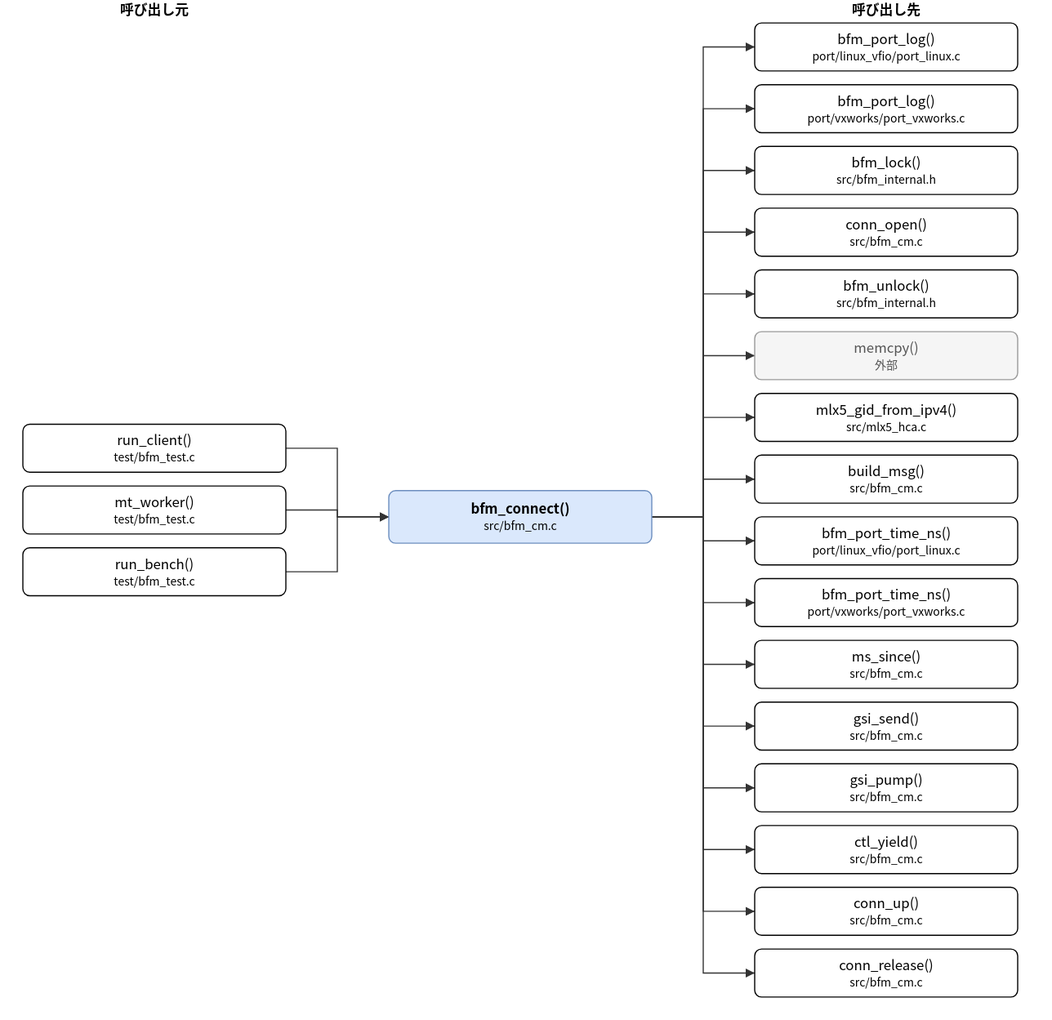
Earlier version of the draw.io export doc/spec/images/call_src_bfm_cm-bfm_connect.drawio.svg (hf355051012-ai/bfmem). Source tidied: cells renumbered, new cells last; positions are measured from the earlier drawing's top-left corner, leaving out a move shared by most shapes.
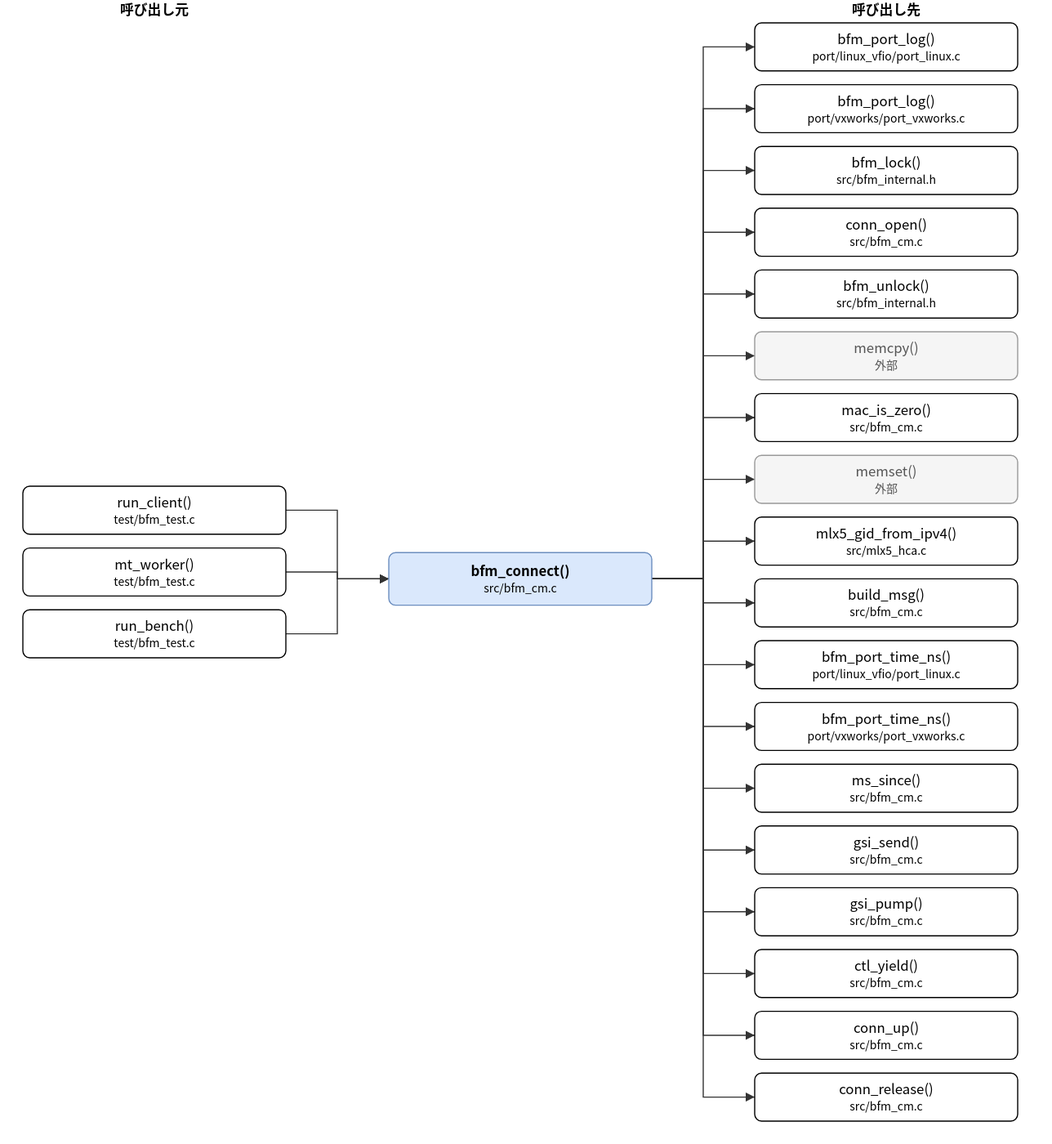
After the commit.

Change to the diagram source:
```diff
@@ -3,16 +3,16 @@
     <mxCell id="0" />
     <mxCell id="1" parent="0" />
     <mxCell id="2" value="bfm_connect()&lt;br&gt;&lt;font style=&quot;font-size:10px&quot;&gt;src/bfm_cm.c&lt;/font&gt;" style="rounded=1;whiteSpace=wrap;html=1;fillColor=#dae8fc;strokeColor=#6c8ebf;fontStyle=1;" parent="1" vertex="1">
-      <mxGeometry x="320" y="429" width="230" height="46" as="geometry" />
+      <mxGeometry x="320" y="483" width="230" height="46" as="geometry" />
     </mxCell>
     <mxCell id="3" value="run_client()&lt;br&gt;&lt;font style=&quot;font-size:10px&quot;&gt;test/bfm_test.c&lt;/font&gt;" style="rounded=1;whiteSpace=wrap;html=1;" parent="1" vertex="1">
-      <mxGeometry y="371" width="230" height="42" as="geometry" />
+      <mxGeometry y="425" width="230" height="42" as="geometry" />
     </mxCell>
     <mxCell id="4" value="mt_worker()&lt;br&gt;&lt;font style=&quot;font-size:10px&quot;&gt;test/bfm_test.c&lt;/font&gt;" style="rounded=1;whiteSpace=wrap;html=1;" parent="1" vertex="1">
-      <mxGeometry y="425" width="230" height="42" as="geometry" />
+      <mxGeometry y="479" width="230" height="42" as="geometry" />
     </mxCell>
     <mxCell id="5" value="run_bench()&lt;br&gt;&lt;font style=&quot;font-size:10px&quot;&gt;test/bfm_test.c&lt;/font&gt;" style="rounded=1;whiteSpace=wrap;html=1;" parent="1" vertex="1">
-      <mxGeometry y="479" width="230" height="42" as="geometry" />
+      <mxGeometry y="533" width="230" height="42" as="geometry" />
     </mxCell>
     <mxCell id="6" value="bfm_port_log()&lt;br&gt;&lt;font style=&quot;font-size:10px&quot;&gt;port/linux_vfio/port_linux.c&lt;/font&gt;" style="rounded=1;whiteSpace=wrap;html=1;" parent="1" vertex="1">
       <mxGeometry x="640" y="20" width="230" height="42" as="geometry" />
@@ -32,64 +32,70 @@
     <mxCell id="11" value="memcpy()&lt;br&gt;&lt;font style=&quot;font-size:10px&quot;&gt;外部&lt;/font&gt;" style="rounded=1;whiteSpace=wrap;html=1;fillColor=#f5f5f5;strokeColor=#999999;fontColor=#555555;" parent="1" vertex="1">
       <mxGeometry x="640" y="290" width="230" height="42" as="geometry" />
     </mxCell>
-    <mxCell id="12" value="mlx5_gid_from_ipv4()&lt;br&gt;&lt;font style=&quot;font-size:10px&quot;&gt;src/mlx5_hca.c&lt;/font&gt;" style="rounded=1;whiteSpace=wrap;html=1;" parent="1" vertex="1">
+    <mxCell id="12" value="mac_is_zero()&lt;br&gt;&lt;font style=&quot;font-size:10px&quot;&gt;src/bfm_cm.c&lt;/font&gt;" style="rounded=1;whiteSpace=wrap;html=1;" parent="1" vertex="1">
       <mxGeometry x="640" y="344" width="230" height="42" as="geometry" />
     </mxCell>
-    <mxCell id="13" value="build_msg()&lt;br&gt;&lt;font style=&quot;font-size:10px&quot;&gt;src/bfm_cm.c&lt;/font&gt;" style="rounded=1;whiteSpace=wrap;html=1;" parent="1" vertex="1">
+    <mxCell id="13" value="memset()&lt;br&gt;&lt;font style=&quot;font-size:10px&quot;&gt;外部&lt;/font&gt;" style="rounded=1;whiteSpace=wrap;html=1;fillColor=#f5f5f5;strokeColor=#999999;fontColor=#555555;" parent="1" vertex="1">
       <mxGeometry x="640" y="398" width="230" height="42" as="geometry" />
     </mxCell>
-    <mxCell id="14" value="bfm_port_time_ns()&lt;br&gt;&lt;font style=&quot;font-size:10px&quot;&gt;port/linux_vfio/port_linux.c&lt;/font&gt;" style="rounded=1;whiteSpace=wrap;html=1;" parent="1" vertex="1">
+    <mxCell id="14" value="mlx5_gid_from_ipv4()&lt;br&gt;&lt;font style=&quot;font-size:10px&quot;&gt;src/mlx5_hca.c&lt;/font&gt;" style="rounded=1;whiteSpace=wrap;html=1;" parent="1" vertex="1">
       <mxGeometry x="640" y="452" width="230" height="42" as="geometry" />
     </mxCell>
-    <mxCell id="15" value="bfm_port_time_ns()&lt;br&gt;&lt;font style=&quot;font-size:10px&quot;&gt;port/vxworks/port_vxworks.c&lt;/font&gt;" style="rounded=1;whiteSpace=wrap;html=1;" parent="1" vertex="1">
+    <mxCell id="15" value="build_msg()&lt;br&gt;&lt;font style=&quot;font-size:10px&quot;&gt;src/bfm_cm.c&lt;/font&gt;" style="rounded=1;whiteSpace=wrap;html=1;" parent="1" vertex="1">
       <mxGeometry x="640" y="506" width="230" height="42" as="geometry" />
     </mxCell>
-    <mxCell id="16" value="ms_since()&lt;br&gt;&lt;font style=&quot;font-size:10px&quot;&gt;src/bfm_cm.c&lt;/font&gt;" style="rounded=1;whiteSpace=wrap;html=1;" parent="1" vertex="1">
+    <mxCell id="16" value="bfm_port_time_ns()&lt;br&gt;&lt;font style=&quot;font-size:10px&quot;&gt;port/linux_vfio/port_linux.c&lt;/font&gt;" style="rounded=1;whiteSpace=wrap;html=1;" parent="1" vertex="1">
       <mxGeometry x="640" y="560" width="230" height="42" as="geometry" />
     </mxCell>
-    <mxCell id="17" value="gsi_send()&lt;br&gt;&lt;font style=&quot;font-size:10px&quot;&gt;src/bfm_cm.c&lt;/font&gt;" style="rounded=1;whiteSpace=wrap;html=1;" parent="1" vertex="1">
+    <mxCell id="17" value="bfm_port_time_ns()&lt;br&gt;&lt;font style=&quot;font-size:10px&quot;&gt;port/vxworks/port_vxworks.c&lt;/font&gt;" style="rounded=1;whiteSpace=wrap;html=1;" parent="1" vertex="1">
       <mxGeometry x="640" y="614" width="230" height="42" as="geometry" />
     </mxCell>
-    <mxCell id="18" value="gsi_pump()&lt;br&gt;&lt;font style=&quot;font-size:10px&quot;&gt;src/bfm_cm.c&lt;/font&gt;" style="rounded=1;whiteSpace=wrap;html=1;" parent="1" vertex="1">
+    <mxCell id="18" value="ms_since()&lt;br&gt;&lt;font style=&quot;font-size:10px&quot;&gt;src/bfm_cm.c&lt;/font&gt;" style="rounded=1;whiteSpace=wrap;html=1;" parent="1" vertex="1">
       <mxGeometry x="640" y="668" width="230" height="42" as="geometry" />
     </mxCell>
-    <mxCell id="19" value="ctl_yield()&lt;br&gt;&lt;font style=&quot;font-size:10px&quot;&gt;src/bfm_cm.c&lt;/font&gt;" style="rounded=1;whiteSpace=wrap;html=1;" parent="1" vertex="1">
+    <mxCell id="19" value="gsi_send()&lt;br&gt;&lt;font style=&quot;font-size:10px&quot;&gt;src/bfm_cm.c&lt;/font&gt;" style="rounded=1;whiteSpace=wrap;html=1;" parent="1" vertex="1">
       <mxGeometry x="640" y="722" width="230" height="42" as="geometry" />
     </mxCell>
-    <mxCell id="20" value="conn_up()&lt;br&gt;&lt;font style=&quot;font-size:10px&quot;&gt;src/bfm_cm.c&lt;/font&gt;" style="rounded=1;whiteSpace=wrap;html=1;" parent="1" vertex="1">
+    <mxCell id="20" value="gsi_pump()&lt;br&gt;&lt;font style=&quot;font-size:10px&quot;&gt;src/bfm_cm.c&lt;/font&gt;" style="rounded=1;whiteSpace=wrap;html=1;" parent="1" vertex="1">
       <mxGeometry x="640" y="776" width="230" height="42" as="geometry" />
     </mxCell>
-    <mxCell id="21" value="conn_release()&lt;br&gt;&lt;font style=&quot;font-size:10px&quot;&gt;src/bfm_cm.c&lt;/font&gt;" style="rounded=1;whiteSpace=wrap;html=1;" parent="1" vertex="1">
+    <mxCell id="21" value="ctl_yield()&lt;br&gt;&lt;font style=&quot;font-size:10px&quot;&gt;src/bfm_cm.c&lt;/font&gt;" style="rounded=1;whiteSpace=wrap;html=1;" parent="1" vertex="1">
       <mxGeometry x="640" y="830" width="230" height="42" as="geometry" />
     </mxCell>
+    <mxCell id="43" value="conn_up()&lt;br&gt;&lt;font style=&quot;font-size:10px&quot;&gt;src/bfm_cm.c&lt;/font&gt;" style="rounded=1;whiteSpace=wrap;html=1;" parent="1" vertex="1">
+      <mxGeometry x="640" y="884" width="230" height="42" as="geometry" />
+    </mxCell>
+    <mxCell id="44" value="conn_release()&lt;br&gt;&lt;font style=&quot;font-size:10px&quot;&gt;src/bfm_cm.c&lt;/font&gt;" style="rounded=1;whiteSpace=wrap;html=1;" parent="1" vertex="1">
+      <mxGeometry x="640" y="938" width="230" height="42" as="geometry" />
+    </mxCell>
     <mxCell id="22" style="edgeStyle=none;html=1;rounded=0;endArrow=block;endFill=1;exitX=1.0000;exitY=0.5000;exitDx=0;exitDy=0;exitPerimeter=0;entryX=0.0000;entryY=0.5000;entryDx=0;entryDy=0;entryPerimeter=0;" parent="1" edge="1" source="3" target="2">
       <mxGeometry relative="1" as="geometry">
         <Array as="points">
-          <mxPoint x="275" y="392" />
-          <mxPoint x="275" y="452" />
+          <mxPoint x="275" y="446" />
+          <mxPoint x="275" y="506" />
         </Array>
       </mxGeometry>
     </mxCell>
     <mxCell id="23" style="edgeStyle=none;html=1;rounded=0;endArrow=block;endFill=1;exitX=1.0000;exitY=0.5000;exitDx=0;exitDy=0;exitPerimeter=0;entryX=0.0000;entryY=0.5000;entryDx=0;entryDy=0;entryPerimeter=0;" parent="1" edge="1" source="4" target="2">
       <mxGeometry relative="1" as="geometry">
         <Array as="points">
-          <mxPoint x="275" y="446" />
-          <mxPoint x="275" y="452" />
+          <mxPoint x="275" y="500" />
+          <mxPoint x="275" y="506" />
         </Array>
       </mxGeometry>
     </mxCell>
     <mxCell id="24" style="edgeStyle=none;html=1;rounded=0;endArrow=block;endFill=1;exitX=1.0000;exitY=0.5000;exitDx=0;exitDy=0;exitPerimeter=0;entryX=0.0000;entryY=0.5000;entryDx=0;entryDy=0;entryPerimeter=0;" parent="1" edge="1" source="5" target="2">
       <mxGeometry relative="1" as="geometry">
         <Array as="points">
-          <mxPoint x="275" y="500" />
-          <mxPoint x="275" y="452" />
+          <mxPoint x="275" y="554" />
+          <mxPoint x="275" y="506" />
         </Array>
       </mxGeometry>
     </mxCell>
     <mxCell id="25" style="edgeStyle=none;html=1;rounded=0;endArrow=block;endFill=1;exitX=1.0000;exitY=0.5000;exitDx=0;exitDy=0;exitPerimeter=0;entryX=0.0000;entryY=0.5000;entryDx=0;entryDy=0;entryPerimeter=0;" parent="1" edge="1" source="2" target="6">
       <mxGeometry relative="1" as="geometry">
         <Array as="points">
-          <mxPoint x="595" y="452" />
+          <mxPoint x="595" y="506" />
           <mxPoint x="595" y="41" />
         </Array>
       </mxGeometry>
@@ -97,7 +103,7 @@
     <mxCell id="26" style="edgeStyle=none;html=1;rounded=0;endArrow=block;endFill=1;exitX=1.0000;exitY=0.5000;exitDx=0;exitDy=0;exitPerimeter=0;entryX=0.0000;entryY=0.5000;entryDx=0;entryDy=0;entryPerimeter=0;" parent="1" edge="1" source="2" target="7">
       <mxGeometry relative="1" as="geometry">
         <Array as="points">
-          <mxPoint x="595" y="452" />
+          <mxPoint x="595" y="506" />
           <mxPoint x="595" y="95" />
         </Array>
       </mxGeometry>
@@ -105,7 +111,7 @@
     <mxCell id="27" style="edgeStyle=none;html=1;rounded=0;endArrow=block;endFill=1;exitX=1.0000;exitY=0.5000;exitDx=0;exitDy=0;exitPerimeter=0;entryX=0.0000;entryY=0.5000;entryDx=0;entryDy=0;entryPerimeter=0;" parent="1" edge="1" source="2" target="8">
       <mxGeometry relative="1" as="geometry">
         <Array as="points">
-          <mxPoint x="595" y="452" />
+          <mxPoint x="595" y="506" />
           <mxPoint x="595" y="149" />
         </Array>
       </mxGeometry>
@@ -113,7 +119,7 @@
     <mxCell id="28" style="edgeStyle=none;html=1;rounded=0;endArrow=block;endFill=1;exitX=1.0000;exitY=0.5000;exitDx=0;exitDy=0;exitPerimeter=0;entryX=0.0000;entryY=0.5000;entryDx=0;entryDy=0;entryPerimeter=0;" parent="1" edge="1" source="2" target="9">
       <mxGeometry relative="1" as="geometry">
         <Array as="points">
-          <mxPoint x="595" y="452" />
+          <mxPoint x="595" y="506" />
           <mxPoint x="595" y="203" />
         </Array>
       </mxGeometry>
@@ -121,7 +127,7 @@
     <mxCell id="29" style="edgeStyle=none;html=1;rounded=0;endArrow=block;endFill=1;exitX=1.0000;exitY=0.5000;exitDx=0;exitDy=0;exitPerimeter=0;entryX=0.0000;entryY=0.5000;entryDx=0;entryDy=0;entryPerimeter=0;" parent="1" edge="1" source="2" target="10">
       <mxGeometry relative="1" as="geometry">
         <Array as="points">
-          <mxPoint x="595" y="452" />
+          <mxPoint x="595" y="506" />
           <mxPoint x="595" y="257" />
         </Array>
       </mxGeometry>
@@ -129,7 +135,7 @@
     <mxCell id="30" style="edgeStyle=none;html=1;rounded=0;endArrow=block;endFill=1;exitX=1.0000;exitY=0.5000;exitDx=0;exitDy=0;exitPerimeter=0;entryX=0.0000;entryY=0.5000;entryDx=0;entryDy=0;entryPerimeter=0;" parent="1" edge="1" source="2" target="11">
       <mxGeometry relative="1" as="geometry">
         <Array as="points">
-          <mxPoint x="595" y="452" />
+          <mxPoint x="595" y="506" />
           <mxPoint x="595" y="311" />
         </Array>
       </mxGeometry>
@@ -137,7 +143,7 @@
     <mxCell id="31" style="edgeStyle=none;html=1;rounded=0;endArrow=block;endFill=1;exitX=1.0000;exitY=0.5000;exitDx=0;exitDy=0;exitPerimeter=0;entryX=0.0000;entryY=0.5000;entryDx=0;entryDy=0;entryPerimeter=0;" parent="1" edge="1" source="2" target="12">
       <mxGeometry relative="1" as="geometry">
         <Array as="points">
-          <mxPoint x="595" y="452" />
+          <mxPoint x="595" y="506" />
           <mxPoint x="595" y="365" />
         </Array>
       </mxGeometry>
@@ -145,7 +151,7 @@
     <mxCell id="32" style="edgeStyle=none;html=1;rounded=0;endArrow=block;endFill=1;exitX=1.0000;exitY=0.5000;exitDx=0;exitDy=0;exitPerimeter=0;entryX=0.0000;entryY=0.5000;entryDx=0;entryDy=0;entryPerimeter=0;" parent="1" edge="1" source="2" target="13">
       <mxGeometry relative="1" as="geometry">
         <Array as="points">
-          <mxPoint x="595" y="452" />
+          <mxPoint x="595" y="506" />
           <mxPoint x="595" y="419" />
         </Array>
       </mxGeometry>
@@ -153,7 +159,7 @@
     <mxCell id="33" style="edgeStyle=none;html=1;rounded=0;endArrow=block;endFill=1;exitX=1.0000;exitY=0.5000;exitDx=0;exitDy=0;exitPerimeter=0;entryX=0.0000;entryY=0.5000;entryDx=0;entryDy=0;entryPerimeter=0;" parent="1" edge="1" source="2" target="14">
       <mxGeometry relative="1" as="geometry">
         <Array as="points">
-          <mxPoint x="595" y="452" />
+          <mxPoint x="595" y="506" />
           <mxPoint x="595" y="473" />
         </Array>
       </mxGeometry>
@@ -161,7 +167,7 @@
     <mxCell id="34" style="edgeStyle=none;html=1;rounded=0;endArrow=block;endFill=1;exitX=1.0000;exitY=0.5000;exitDx=0;exitDy=0;exitPerimeter=0;entryX=0.0000;entryY=0.5000;entryDx=0;entryDy=0;entryPerimeter=0;" parent="1" edge="1" source="2" target="15">
       <mxGeometry relative="1" as="geometry">
         <Array as="points">
-          <mxPoint x="595" y="452" />
+          <mxPoint x="595" y="506" />
           <mxPoint x="595" y="527" />
         </Array>
       </mxGeometry>
@@ -169,7 +175,7 @@
     <mxCell id="35" style="edgeStyle=none;html=1;rounded=0;endArrow=block;endFill=1;exitX=1.0000;exitY=0.5000;exitDx=0;exitDy=0;exitPerimeter=0;entryX=0.0000;entryY=0.5000;entryDx=0;entryDy=0;entryPerimeter=0;" parent="1" edge="1" source="2" target="16">
       <mxGeometry relative="1" as="geometry">
         <Array as="points">
-          <mxPoint x="595" y="452" />
+          <mxPoint x="595" y="506" />
           <mxPoint x="595" y="581" />
         </Array>
       </mxGeometry>
@@ -177,7 +183,7 @@
     <mxCell id="36" style="edgeStyle=none;html=1;rounded=0;endArrow=block;endFill=1;exitX=1.0000;exitY=0.5000;exitDx=0;exitDy=0;exitPerimeter=0;entryX=0.0000;entryY=0.5000;entryDx=0;entryDy=0;entryPerimeter=0;" parent="1" edge="1" source="2" target="17">
       <mxGeometry relative="1" as="geometry">
         <Array as="points">
-          <mxPoint x="595" y="452" />
+          <mxPoint x="595" y="506" />
           <mxPoint x="595" y="635" />
         </Array>
       </mxGeometry>
@@ -185,7 +191,7 @@
     <mxCell id="37" style="edgeStyle=none;html=1;rounded=0;endArrow=block;endFill=1;exitX=1.0000;exitY=0.5000;exitDx=0;exitDy=0;exitPerimeter=0;entryX=0.0000;entryY=0.5000;entryDx=0;entryDy=0;entryPerimeter=0;" parent="1" edge="1" source="2" target="18">
       <mxGeometry relative="1" as="geometry">
         <Array as="points">
-          <mxPoint x="595" y="452" />
+          <mxPoint x="595" y="506" />
           <mxPoint x="595" y="689" />
         </Array>
       </mxGeometry>
@@ -193,7 +199,7 @@
     <mxCell id="38" style="edgeStyle=none;html=1;rounded=0;endArrow=block;endFill=1;exitX=1.0000;exitY=0.5000;exitDx=0;exitDy=0;exitPerimeter=0;entryX=0.0000;entryY=0.5000;entryDx=0;entryDy=0;entryPerimeter=0;" parent="1" edge="1" source="2" target="19">
       <mxGeometry relative="1" as="geometry">
         <Array as="points">
-          <mxPoint x="595" y="452" />
+          <mxPoint x="595" y="506" />
           <mxPoint x="595" y="743" />
         </Array>
       </mxGeometry>
@@ -201,7 +207,7 @@
     <mxCell id="39" style="edgeStyle=none;html=1;rounded=0;endArrow=block;endFill=1;exitX=1.0000;exitY=0.5000;exitDx=0;exitDy=0;exitPerimeter=0;entryX=0.0000;entryY=0.5000;entryDx=0;entryDy=0;entryPerimeter=0;" parent="1" edge="1" source="2" target="20">
       <mxGeometry relative="1" as="geometry">
         <Array as="points">
-          <mxPoint x="595" y="452" />
+          <mxPoint x="595" y="506" />
           <mxPoint x="595" y="797" />
         </Array>
       </mxGeometry>
@@ -209,11 +215,27 @@
     <mxCell id="40" style="edgeStyle=none;html=1;rounded=0;endArrow=block;endFill=1;exitX=1.0000;exitY=0.5000;exitDx=0;exitDy=0;exitPerimeter=0;entryX=0.0000;entryY=0.5000;entryDx=0;entryDy=0;entryPerimeter=0;" parent="1" edge="1" source="2" target="21">
       <mxGeometry relative="1" as="geometry">
         <Array as="points">
-          <mxPoint x="595" y="452" />
+          <mxPoint x="595" y="506" />
           <mxPoint x="595" y="851" />
         </Array>
       </mxGeometry>
     </mxCell>
+    <mxCell id="45" style="edgeStyle=none;html=1;rounded=0;endArrow=block;endFill=1;exitX=1.0000;exitY=0.5000;exitDx=0;exitDy=0;exitPerimeter=0;entryX=0.0000;entryY=0.5000;entryDx=0;entryDy=0;entryPerimeter=0;" parent="1" edge="1" source="2" target="43">
+      <mxGeometry relative="1" as="geometry">
+        <Array as="points">
+          <mxPoint x="595" y="506" />
+          <mxPoint x="595" y="905" />
+        </Array>
+      </mxGeometry>
+    </mxCell>
+    <mxCell id="46" style="edgeStyle=none;html=1;rounded=0;endArrow=block;endFill=1;exitX=1.0000;exitY=0.5000;exitDx=0;exitDy=0;exitPerimeter=0;entryX=0.0000;entryY=0.5000;entryDx=0;entryDy=0;entryPerimeter=0;" parent="1" edge="1" source="2" target="44">
+      <mxGeometry relative="1" as="geometry">
+        <Array as="points">
+          <mxPoint x="595" y="506" />
+          <mxPoint x="595" y="959" />
+        </Array>
+      </mxGeometry>
+    </mxCell>
     <mxCell id="41" value="呼び出し元" style="text;html=1;align=center;fontStyle=1;" parent="1" vertex="1">
       <mxGeometry x="35" width="160" height="18" as="geometry" />
     </mxCell>
```
